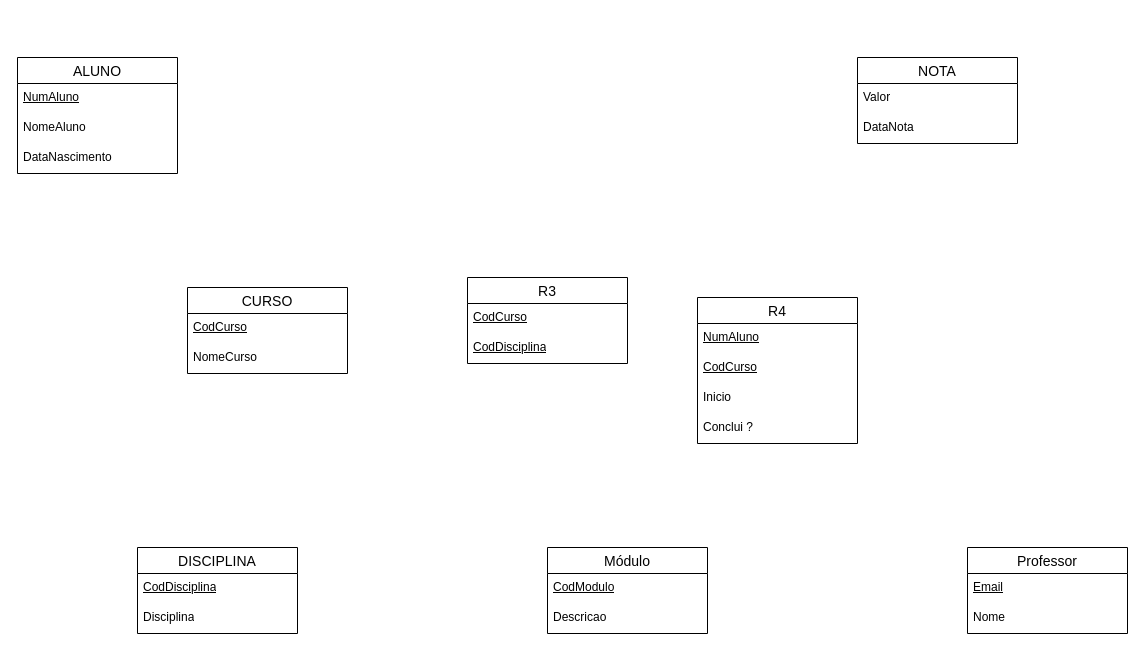
Earlier version of the draw.io diagram Diagrama sem nome.drawio (Frederico994/Diagramas). Source tidied: cells renumbered, new cells numbered last; positions are measured from the earlier drawing's top-left corner, leaving out a move shared by most shapes. Both pictures are drawn from the tidied source at 100%, with x=0, y=0 at pixel (17, 57).
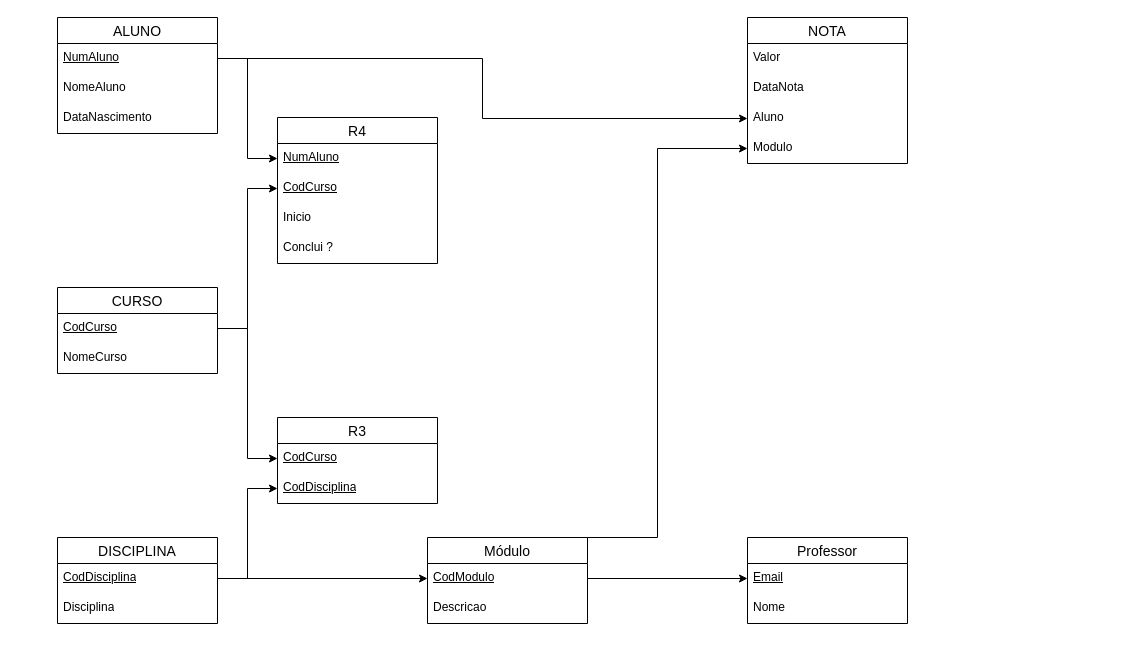
After the change.

Unchanged cells that the change refers to:
```xml
<mxCell id="3" value="NumAluno" style="text;strokeColor=none;fillColor=none;spacingLeft=4;spacingRight=4;overflow=hidden;points=[[0,0.5],[1,0.5]];portConstraint=eastwest;fontSize=12;whiteSpace=wrap;html=1;fontStyle=4;" parent="2" vertex="1">
  <mxGeometry y="26" width="160" height="30" as="geometry" />
</mxCell>
<mxCell id="10" value="CodModulo" style="text;strokeColor=none;fillColor=none;spacingLeft=4;spacingRight=4;overflow=hidden;points=[[0,0.5],[1,0.5]];portConstraint=eastwest;fontSize=12;whiteSpace=wrap;html=1;fontStyle=4;" parent="9" vertex="1">
  <mxGeometry y="26" width="160" height="30" as="geometry" />
</mxCell>
<mxCell id="13" value="Email" style="text;strokeColor=none;fillColor=none;spacingLeft=4;spacingRight=4;overflow=hidden;points=[[0,0.5],[1,0.5]];portConstraint=eastwest;fontSize=12;whiteSpace=wrap;html=1;fontStyle=4;" parent="12" vertex="1">
  <mxGeometry y="26" width="160" height="30" as="geometry" />
</mxCell>
<mxCell id="16" value="CodDisciplina" style="text;strokeColor=none;fillColor=none;spacingLeft=4;spacingRight=4;overflow=hidden;points=[[0,0.5],[1,0.5]];portConstraint=eastwest;fontSize=12;whiteSpace=wrap;html=1;fontStyle=4;" parent="15" vertex="1">
  <mxGeometry y="26" width="160" height="30" as="geometry" />
</mxCell>
<mxCell id="19" value="CodCurso" style="text;strokeColor=none;fillColor=none;spacingLeft=4;spacingRight=4;overflow=hidden;points=[[0,0.5],[1,0.5]];portConstraint=eastwest;fontSize=12;whiteSpace=wrap;html=1;fontStyle=4;" parent="18" vertex="1">
  <mxGeometry y="26" width="160" height="30" as="geometry" />
</mxCell>
<mxCell id="22" value="CodCurso" style="text;strokeColor=none;fillColor=none;spacingLeft=4;spacingRight=4;overflow=hidden;points=[[0,0.5],[1,0.5]];portConstraint=eastwest;fontSize=12;whiteSpace=wrap;html=1;fontStyle=4;" parent="21" vertex="1">
  <mxGeometry y="26" width="160" height="30" as="geometry" />
</mxCell>
<mxCell id="23" value="CodDisciplina" style="text;strokeColor=none;fillColor=none;spacingLeft=4;spacingRight=4;overflow=hidden;points=[[0,0.5],[1,0.5]];portConstraint=eastwest;fontSize=12;whiteSpace=wrap;html=1;fontStyle=4;" parent="21" vertex="1">
  <mxGeometry y="56" width="160" height="30" as="geometry" />
</mxCell>
<mxCell id="25" value="NumAluno" style="text;strokeColor=none;fillColor=none;spacingLeft=4;spacingRight=4;overflow=hidden;points=[[0,0.5],[1,0.5]];portConstraint=eastwest;fontSize=12;whiteSpace=wrap;html=1;fontStyle=4;" parent="24" vertex="1">
  <mxGeometry y="26" width="160" height="30" as="geometry" />
</mxCell>
<mxCell id="26" value="CodCurso" style="text;strokeColor=none;fillColor=none;spacingLeft=4;spacingRight=4;overflow=hidden;points=[[0,0.5],[1,0.5]];portConstraint=eastwest;fontSize=12;whiteSpace=wrap;html=1;fontStyle=4;" parent="24" vertex="1">
  <mxGeometry y="56" width="160" height="30" as="geometry" />
</mxCell>
```

The edit, as a diff of the source:
```diff
@@
     <mxCell id="2" value="ALUNO" style="swimlane;fontStyle=0;horizontal=1;startSize=26;align=center;fontSize=14;" parent="1" vertex="1">
-      <mxGeometry width="160" height="116" as="geometry" />
+      <mxGeometry x="40" y="-40" width="160" height="116" as="geometry" />
     </mxCell>
@@
     <mxCell id="6" value="NOTA" style="swimlane;fontStyle=0;horizontal=1;startSize=26;align=center;fontSize=14;" parent="1" vertex="1">
-      <mxGeometry x="840" width="160" height="86" as="geometry" />
+      <mxGeometry x="730" y="-40" width="160" height="146" as="geometry" />
     </mxCell>
@@
+    <mxCell id="29" value="Aluno" style="text;strokeColor=none;fillColor=none;spacingLeft=4;spacingRight=4;overflow=hidden;points=[[0,0.5],[1,0.5]];portConstraint=eastwest;fontSize=12;whiteSpace=wrap;html=1;" parent="6" vertex="1">
+      <mxGeometry y="86" width="160" height="30" as="geometry" />
+    </mxCell>
+    <mxCell id="30" value="Modulo" style="text;strokeColor=none;fillColor=none;spacingLeft=4;spacingRight=4;overflow=hidden;points=[[0,0.5],[1,0.5]];portConstraint=eastwest;fontSize=12;whiteSpace=wrap;html=1;" parent="6" vertex="1">
+      <mxGeometry y="116" width="160" height="30" as="geometry" />
+    </mxCell>
+    <mxCell id="31" style="edgeStyle=orthogonalEdgeStyle;rounded=0;jettySize=auto;html=1;exitX=0.75;exitY=0;exitDx=0;exitDy=0;entryX=0;entryY=0.5;entryDx=0;entryDy=0;" parent="1" edge="1" source="9" target="30">
+      <mxGeometry relative="1" as="geometry">
+        <Array as="points">
+          <mxPoint x="640" y="480" />
+          <mxPoint x="640" y="91" />
+        </Array>
+      </mxGeometry>
+    </mxCell>
     <mxCell id="9" value="Módulo" style="swimlane;fontStyle=0;horizontal=1;startSize=26;align=center;fontSize=14;" parent="1" vertex="1">
-      <mxGeometry x="530" y="490" width="160" height="86" as="geometry" />
+      <mxGeometry x="410" y="480" width="160" height="86" as="geometry" />
     </mxCell>
@@
     <mxCell id="12" value="Professor" style="swimlane;fontStyle=0;horizontal=1;startSize=26;align=center;fontSize=14;" parent="1" vertex="1">
-      <mxGeometry x="950" y="490" width="160" height="86" as="geometry" />
+      <mxGeometry x="730" y="480" width="160" height="86" as="geometry" />
     </mxCell>
@@
     <mxCell id="15" value="DISCIPLINA" style="swimlane;fontStyle=0;horizontal=1;startSize=26;align=center;fontSize=14;" parent="1" vertex="1">
-      <mxGeometry x="120" y="490" width="160" height="86" as="geometry" />
+      <mxGeometry x="40" y="480" width="160" height="86" as="geometry" />
     </mxCell>
@@
     <mxCell id="18" value="CURSO" style="swimlane;fontStyle=0;horizontal=1;startSize=26;align=center;fontSize=14;" parent="1" vertex="1">
-      <mxGeometry x="170" y="230" width="160" height="86" as="geometry" />
+      <mxGeometry x="40" y="230" width="160" height="86" as="geometry" />
     </mxCell>
@@
     <mxCell id="21" value="R3" style="swimlane;fontStyle=0;horizontal=1;startSize=26;align=center;fontSize=14;" parent="1" vertex="1">
-      <mxGeometry x="450" y="220" width="160" height="86" as="geometry" />
+      <mxGeometry x="260" y="360" width="160" height="86" as="geometry" />
     </mxCell>
@@
     <mxCell id="24" value="R4" style="swimlane;fontStyle=0;horizontal=1;startSize=26;align=center;fontSize=14;" parent="1" vertex="1">
-      <mxGeometry x="680" y="240" width="160" height="146" as="geometry" />
+      <mxGeometry x="260" y="60" width="160" height="146" as="geometry" />
     </mxCell>
@@
+    <mxCell id="32" style="edgeStyle=orthogonalEdgeStyle;rounded=0;jettySize=auto;html=1;exitX=1;exitY=0.5;exitDx=0;exitDy=0;entryX=0;entryY=0.5;entryDx=0;entryDy=0;" parent="1" edge="1" source="3" target="25">
+      <mxGeometry relative="1" as="geometry" />
+    </mxCell>
+    <mxCell id="33" style="edgeStyle=orthogonalEdgeStyle;rounded=0;jettySize=auto;html=1;exitX=1;exitY=0.5;exitDx=0;exitDy=0;entryX=0;entryY=0.5;entryDx=0;entryDy=0;" parent="1" edge="1" source="19" target="26">
+      <mxGeometry relative="1" as="geometry" />
+    </mxCell>
+    <mxCell id="34" style="edgeStyle=orthogonalEdgeStyle;rounded=0;jettySize=auto;html=1;exitX=1;exitY=0.5;exitDx=0;exitDy=0;entryX=0;entryY=0.5;entryDx=0;entryDy=0;" parent="1" edge="1" source="16" target="23">
+      <mxGeometry relative="1" as="geometry" />
+    </mxCell>
+    <mxCell id="35" style="edgeStyle=orthogonalEdgeStyle;rounded=0;jettySize=auto;html=1;exitX=1;exitY=0.5;exitDx=0;exitDy=0;" parent="1" edge="1" source="19" target="22">
+      <mxGeometry relative="1" as="geometry" />
+    </mxCell>
+    <mxCell id="36" style="edgeStyle=orthogonalEdgeStyle;rounded=0;jettySize=auto;html=1;exitX=1;exitY=0.5;exitDx=0;exitDy=0;entryX=0;entryY=0.5;entryDx=0;entryDy=0;" parent="1" edge="1" source="16" target="10">
+      <mxGeometry relative="1" as="geometry" />
+    </mxCell>
+    <mxCell id="37" style="edgeStyle=orthogonalEdgeStyle;rounded=0;jettySize=auto;html=1;exitX=1;exitY=0.5;exitDx=0;exitDy=0;entryX=0;entryY=0.5;entryDx=0;entryDy=0;" parent="1" edge="1" source="10" target="13">
+      <mxGeometry relative="1" as="geometry" />
+    </mxCell>
+    <mxCell id="38" style="edgeStyle=orthogonalEdgeStyle;rounded=0;jettySize=auto;html=1;exitX=1;exitY=0.5;exitDx=0;exitDy=0;entryX=0;entryY=0.5;entryDx=0;entryDy=0;" parent="1" edge="1" source="3" target="29">
+      <mxGeometry relative="1" as="geometry" />
+    </mxCell>
```
